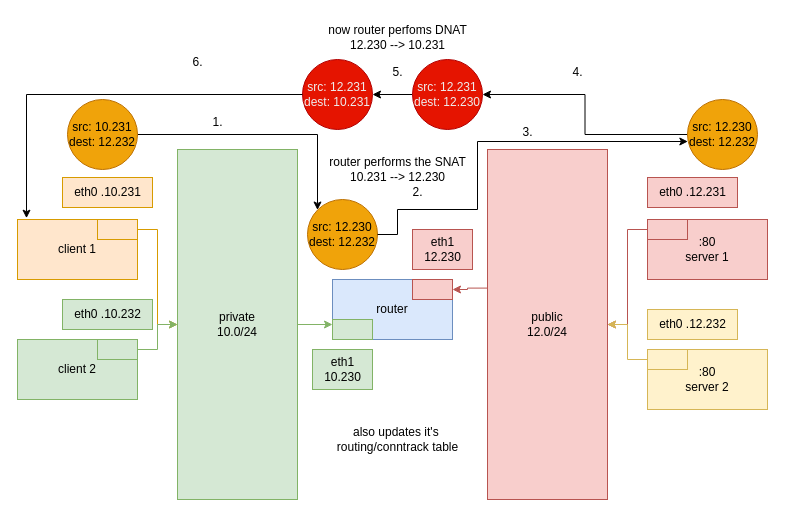
Above: draw.io/ec2-snat-dnat.drawio in dpi0/diagrams (draw.io), before the change. Source tidied: cells renumbered, new cells numbered last; positions are measured from the earlier drawing's top-left corner, leaving out a move shared by most shapes. Both pictures are drawn from the tidied source at 100%, with x=0, y=0 at pixel (17, 17).
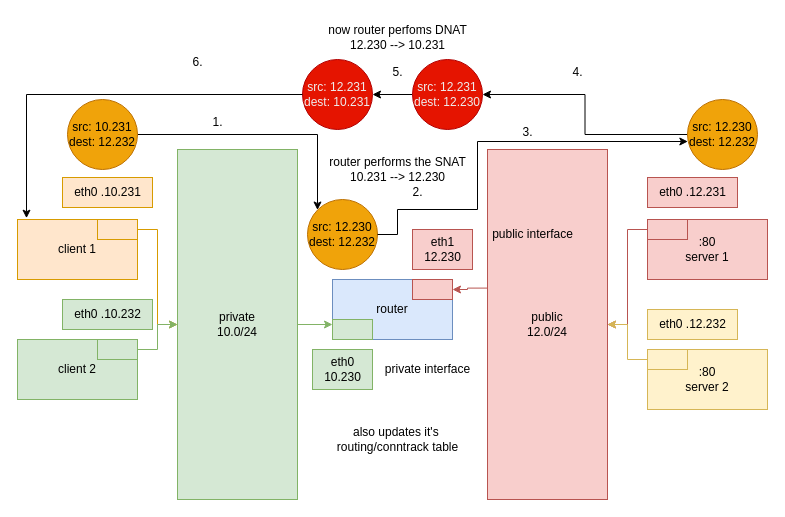
Above is the later version.

The edit, as a diff of the source:
```diff
@@
-    <mxCell id="25" value="&lt;div&gt;eth1&lt;/div&gt;&lt;div&gt;10.230&lt;br&gt;&lt;/div&gt;" style="text;html=1;align=center;verticalAlign=middle;strokeColor=#82b366;fillColor=#d5e8d4;" parent="1" vertex="1">
+    <mxCell id="25" value="&lt;div&gt;eth0&lt;/div&gt;&lt;div&gt;10.230&lt;br&gt;&lt;/div&gt;" style="text;html=1;align=center;verticalAlign=middle;strokeColor=#82b366;fillColor=#d5e8d4;" parent="1" vertex="1">
       <mxGeometry x="295" y="332" width="60" height="40" as="geometry" />
     </mxCell>
@@
+    <mxCell id="46" value="private interface" style="text;html=1;align=center;verticalAlign=middle;strokeColor=none;fillColor=none;" parent="1" vertex="1">
+      <mxGeometry x="355" y="337" width="110" height="30" as="geometry" />
+    </mxCell>
+    <mxCell id="47" value="public interface" style="text;html=1;align=center;verticalAlign=middle;strokeColor=none;fillColor=none;" parent="1" vertex="1">
+      <mxGeometry x="465" y="202" width="100" height="30" as="geometry" />
+    </mxCell>
```
